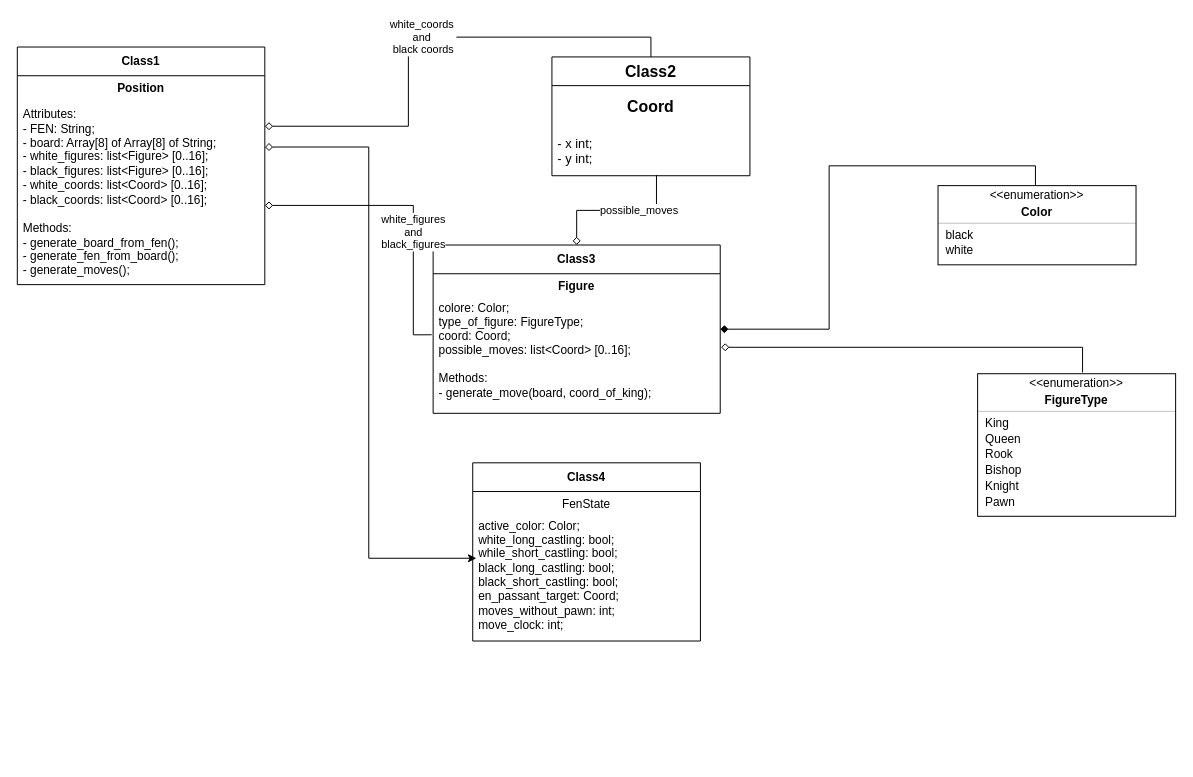
Above: project_architecture;.drawio in IgorVolokho99/Chess-engine (draw.io), before the change. Source tidied: cells renumbered, new cells numbered last; positions are measured from the earlier drawing's top-left corner, leaving out a move shared by most shapes. Both pictures are drawn from the tidied source at 99%, with x=0, y=0 at pixel (17, 37).
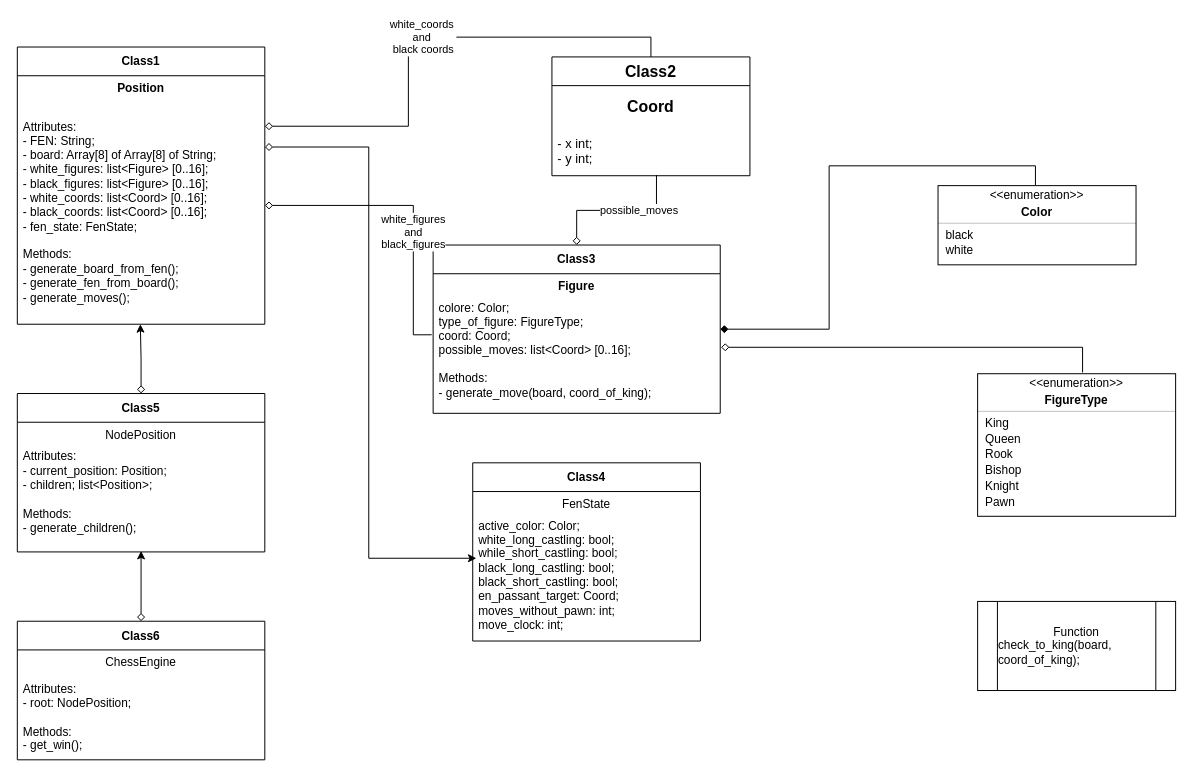
The same diagram, later.

The edit, as a diff of the source:
```diff
@@
     <mxCell id="5" value="Class1" style="swimlane;fontStyle=1;align=center;verticalAlign=middle;horizontal=1;startSize=29;html=1;whiteSpace=wrap;" parent="1" vertex="1">
-      <mxGeometry y="10" width="250" height="240" as="geometry" />
+      <mxGeometry y="10" width="250" height="280" as="geometry" />
     </mxCell>
@@
-    <mxCell id="7" value="&lt;div&gt;Attributes:&lt;/div&gt;- FEN: String;&lt;div&gt;- board: Array[8] of Array[8] of String;&lt;/div&gt;&lt;div&gt;- white_figures: list&amp;lt;Figure&amp;gt; [0..16];&lt;/div&gt;&lt;div&gt;- black_figures: list&amp;lt;Figure&amp;gt; [0..16];&lt;/div&gt;&lt;div&gt;- white_coords: list&amp;lt;Coord&amp;gt; [0..16];&lt;/div&gt;&lt;div&gt;- black_coords: list&amp;lt;Coord&amp;gt; [0..16];&lt;/div&gt;&lt;div&gt;&lt;br&gt;&lt;/div&gt;&lt;div&gt;Methods:&lt;/div&gt;&lt;div&gt;- generate_board_from_fen();&lt;/div&gt;&lt;div&gt;- generate_fen_from_board();&lt;/div&gt;&lt;div&gt;- generate_moves();&lt;/div&gt;" style="text;html=1;strokeColor=none;fillColor=none;align=left;verticalAlign=middle;spacingLeft=4;spacingRight=4;overflow=hidden;points=[[0,0.5],[1,0.5]];portConstraint=eastwest;whiteSpace=wrap;" parent="5" vertex="1">
-      <mxGeometry y="54" width="250" height="186" as="geometry" />
+    <mxCell id="7" value="&lt;div&gt;Attributes:&lt;/div&gt;- FEN: String;&lt;div&gt;- board: Array[8] of Array[8] of String;&lt;/div&gt;&lt;div&gt;- white_figures: list&amp;lt;Figure&amp;gt; [0..16];&lt;/div&gt;&lt;div&gt;- black_figures: list&amp;lt;Figure&amp;gt; [0..16];&lt;/div&gt;&lt;div&gt;- white_coords: list&amp;lt;Coord&amp;gt; [0..16];&lt;/div&gt;&lt;div&gt;- black_coords: list&amp;lt;Coord&amp;gt; [0..16];&lt;/div&gt;&lt;div&gt;- fen_state: FenState;&lt;/div&gt;&lt;div&gt;&lt;br&gt;&lt;/div&gt;&lt;div&gt;Methods:&lt;/div&gt;&lt;div&gt;- generate_board_from_fen();&lt;/div&gt;&lt;div&gt;- generate_fen_from_board();&lt;/div&gt;&lt;div&gt;- generate_moves();&lt;/div&gt;" style="text;html=1;strokeColor=none;fillColor=none;align=left;verticalAlign=middle;spacingLeft=4;spacingRight=4;overflow=hidden;points=[[0,0.5],[1,0.5]];portConstraint=eastwest;whiteSpace=wrap;" parent="5" vertex="1">
+      <mxGeometry y="54" width="250" height="226" as="geometry" />
     </mxCell>
@@
+    <mxCell id="39" value="Class5" style="swimlane;fontStyle=1;align=center;verticalAlign=middle;horizontal=1;startSize=29;html=1;whiteSpace=wrap;" parent="1" vertex="1">
+      <mxGeometry y="360" width="250" height="160" as="geometry" />
+    </mxCell>
+    <mxCell id="40" value="NodePosition" style="text;html=1;strokeColor=none;fillColor=none;align=center;verticalAlign=middle;spacingLeft=4;spacingRight=4;overflow=hidden;whiteSpace=wrap;" parent="39" vertex="1">
+      <mxGeometry y="29" width="250" height="25" as="geometry" />
+    </mxCell>
+    <mxCell id="41" value="&lt;div&gt;Attributes:&lt;/div&gt;- current_position: Position;&lt;div&gt;- children; list&amp;lt;Position&amp;gt;;&lt;/div&gt;&lt;div&gt;&lt;br&gt;Methods:&lt;/div&gt;&lt;div&gt;- generate_children();&lt;/div&gt;&lt;div&gt;&lt;div&gt;&lt;br&gt;&lt;/div&gt;&lt;/div&gt;" style="text;html=1;strokeColor=none;fillColor=none;align=left;verticalAlign=middle;spacingLeft=4;spacingRight=4;overflow=hidden;points=[[0,0.5],[1,0.5]];portConstraint=eastwest;whiteSpace=wrap;" parent="39" vertex="1">
+      <mxGeometry y="54" width="250" height="106" as="geometry" />
+    </mxCell>
+    <mxCell id="42" value="Class6" style="swimlane;fontStyle=1;align=center;verticalAlign=middle;horizontal=1;startSize=29;html=1;whiteSpace=wrap;" parent="1" vertex="1">
+      <mxGeometry y="590" width="250" height="140" as="geometry" />
+    </mxCell>
+    <mxCell id="43" value="ChessEngine" style="text;html=1;strokeColor=none;fillColor=none;align=center;verticalAlign=middle;spacingLeft=4;spacingRight=4;overflow=hidden;whiteSpace=wrap;" parent="42" vertex="1">
+      <mxGeometry y="29" width="250" height="25" as="geometry" />
+    </mxCell>
+    <mxCell id="44" value="Attributes:&lt;div&gt;- root: NodePosition;&lt;/div&gt;&lt;div&gt;&lt;br&gt;&lt;/div&gt;&lt;div&gt;Methods:&lt;/div&gt;&lt;div&gt;- get_win();&lt;/div&gt;" style="text;html=1;strokeColor=none;fillColor=none;align=left;verticalAlign=middle;spacingLeft=4;spacingRight=4;overflow=hidden;whiteSpace=wrap;" parent="42" vertex="1">
+      <mxGeometry y="54" width="250" height="86" as="geometry" />
+    </mxCell>
+    <mxCell id="45" style="edgeStyle=orthogonalEdgeStyle;rounded=0;jettySize=auto;html=1;entryX=0.5;entryY=0.991;entryDx=0;entryDy=0;entryPerimeter=0;startArrow=diamond;startFill=0;" parent="1" edge="1" source="42" target="41">
+      <mxGeometry relative="1" as="geometry" />
+    </mxCell>
+    <mxCell id="46" style="edgeStyle=orthogonalEdgeStyle;rounded=0;jettySize=auto;html=1;entryX=0.497;entryY=1;entryDx=0;entryDy=0;entryPerimeter=0;startArrow=diamond;startFill=0;" parent="1" edge="1" source="39" target="7">
+      <mxGeometry relative="1" as="geometry" />
+    </mxCell>
+    <mxCell id="47" value="&lt;span style=&quot;text-align: left;&quot;&gt;Function&lt;/span&gt;&lt;div style=&quot;text-align: left;&quot;&gt;check_to_king(board, coord_of_king);&lt;/div&gt;" style="shape=process;whiteSpace=wrap;html=1;backgroundOutline=1;" parent="1" vertex="1">
+      <mxGeometry x="970" y="570" width="200" height="90" as="geometry" />
+    </mxCell>
```
